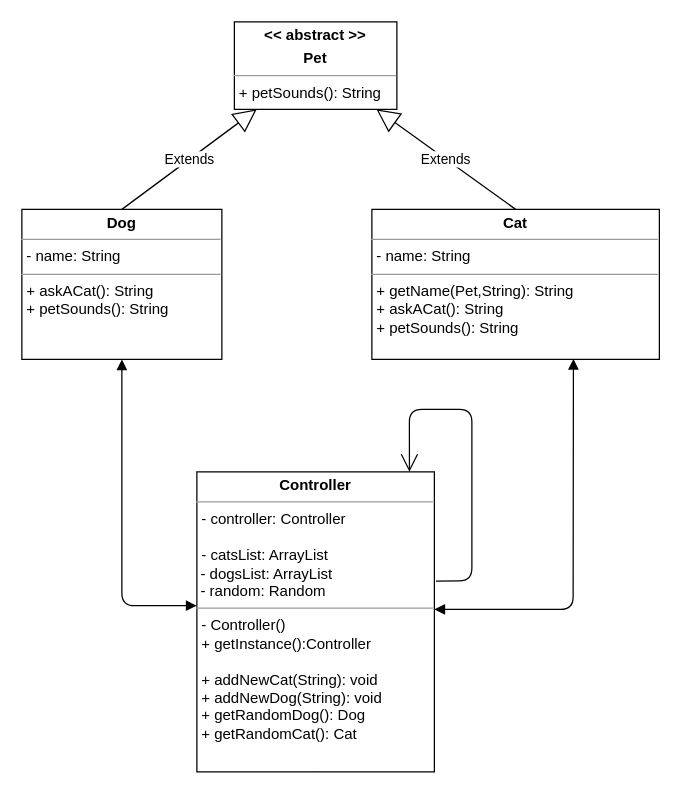
This is AskACat.drawio from 07-JAVA-XTRA/05b_Singleton_II, a draw.io file, before an edit. Source tidied: cells renumbered, new cells numbered last; positions are measured from the earlier drawing's top-left corner, leaving out a move shared by most shapes. Both pictures are drawn from the tidied source at 125%, with x=0, y=0 at pixel (21, 21).
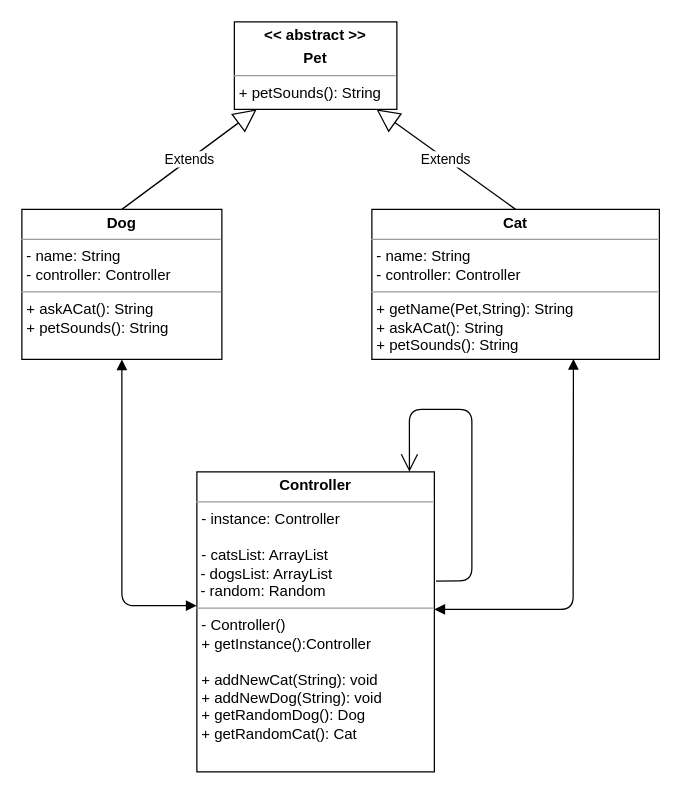
The same diagram, later.

Commit message (it also covers changes not shown here):
getRandomPet/askACat

What changed in the source:
```diff
@@
 <mxGraphModel>
   <root>
     <mxCell id="0" />
     <mxCell id="1" parent="0" />
-    <mxCell id="2" value="&lt;p style=&quot;margin: 0px ; margin-top: 4px ; text-align: center&quot;&gt;&lt;b&gt;Cat&lt;/b&gt;&lt;/p&gt;&lt;hr size=&quot;1&quot;&gt;&lt;p style=&quot;margin: 0px ; margin-left: 4px&quot;&gt;- name: String&lt;/p&gt;&lt;hr size=&quot;1&quot;&gt;&lt;p style=&quot;margin: 0px ; margin-left: 4px&quot;&gt;&lt;span&gt;+ getName(Pet,String): String&lt;/span&gt;&lt;br&gt;&lt;/p&gt;&lt;p style=&quot;margin: 0px ; margin-left: 4px&quot;&gt;+ askACat(): String&lt;br&gt;&lt;/p&gt;&lt;p style=&quot;margin: 0px ; margin-left: 4px&quot;&gt;+ petSounds(): String&lt;br&gt;&lt;/p&gt;" style="verticalAlign=top;align=left;overflow=fill;fontSize=12;fontFamily=Helvetica;html=1;" parent="1" vertex="1">
+    <mxCell id="2" value="&lt;p style=&quot;margin: 0px ; margin-top: 4px ; text-align: center&quot;&gt;&lt;b&gt;Cat&lt;/b&gt;&lt;/p&gt;&lt;hr size=&quot;1&quot;&gt;&lt;p style=&quot;margin: 0px ; margin-left: 4px&quot;&gt;- name: String&lt;/p&gt;&lt;p style=&quot;margin: 0px ; margin-left: 4px&quot;&gt;- controller: Controller&lt;br&gt;&lt;/p&gt;&lt;hr size=&quot;1&quot;&gt;&lt;p style=&quot;margin: 0px ; margin-left: 4px&quot;&gt;&lt;span&gt;+ getName(Pet,String): String&lt;/span&gt;&lt;br&gt;&lt;/p&gt;&lt;p style=&quot;margin: 0px ; margin-left: 4px&quot;&gt;+ askACat(): String&lt;br&gt;&lt;/p&gt;&lt;p style=&quot;margin: 0px ; margin-left: 4px&quot;&gt;+ petSounds(): String&lt;br&gt;&lt;/p&gt;" style="verticalAlign=top;align=left;overflow=fill;fontSize=12;fontFamily=Helvetica;html=1;" parent="1" vertex="1">
       <mxGeometry x="280" y="150" width="230" height="120" as="geometry" />
     </mxCell>
     <mxCell id="3" style="edgeStyle=none;html=1;exitX=0.5;exitY=1;exitDx=0;exitDy=0;" parent="1" edge="1" source="4">
       <mxGeometry relative="1" as="geometry">
         <mxPoint x="235" y="590" as="targetPoint" />
       </mxGeometry>
     </mxCell>
-    <mxCell id="4" value="&lt;p style=&quot;margin: 0px ; margin-top: 4px ; text-align: center&quot;&gt;&lt;b&gt;Controller&lt;/b&gt;&lt;br&gt;&lt;/p&gt;&lt;hr size=&quot;1&quot;&gt;&lt;p style=&quot;margin: 0px ; margin-left: 4px&quot;&gt;- controller: Controller&lt;/p&gt;&lt;p style=&quot;margin: 0px ; margin-left: 4px&quot;&gt;&lt;u&gt;&lt;br&gt;&lt;/u&gt;&lt;/p&gt;&lt;p style=&quot;margin: 0px ; margin-left: 4px&quot;&gt;- catsList: ArrayList&lt;/p&gt;&amp;nbsp;- dogsList: ArrayList&lt;br&gt;&amp;nbsp;- random: Random&lt;br&gt;&lt;hr size=&quot;1&quot;&gt;&lt;p style=&quot;margin: 0px ; margin-left: 4px&quot;&gt;- Controller()&lt;/p&gt;&lt;p style=&quot;margin: 0px ; margin-left: 4px&quot;&gt;+ getInstance():Controller&lt;/p&gt;&lt;p style=&quot;margin: 0px ; margin-left: 4px&quot;&gt;&lt;br&gt;&lt;/p&gt;&lt;p style=&quot;margin: 0px ; margin-left: 4px&quot;&gt;+ addNewCat(String): void&lt;/p&gt;&lt;p style=&quot;margin: 0px ; margin-left: 4px&quot;&gt;+ addNewDog(String): void&lt;br&gt;&lt;/p&gt;&lt;p style=&quot;margin: 0px ; margin-left: 4px&quot;&gt;+ getRandomDog(): Dog&lt;br&gt;&lt;/p&gt;&lt;p style=&quot;margin: 0px ; margin-left: 4px&quot;&gt;+ getRandomCat(): Cat&lt;/p&gt;&lt;p style=&quot;margin: 0px ; margin-left: 4px&quot;&gt;&lt;br&gt;&lt;/p&gt;" style="verticalAlign=top;align=left;overflow=fill;fontSize=12;fontFamily=Helvetica;html=1;" parent="1" vertex="1">
+    <mxCell id="4" value="&lt;p style=&quot;margin: 0px ; margin-top: 4px ; text-align: center&quot;&gt;&lt;b&gt;Controller&lt;/b&gt;&lt;br&gt;&lt;/p&gt;&lt;hr size=&quot;1&quot;&gt;&lt;p style=&quot;margin: 0px ; margin-left: 4px&quot;&gt;- instance: Controller&lt;/p&gt;&lt;p style=&quot;margin: 0px ; margin-left: 4px&quot;&gt;&lt;u&gt;&lt;br&gt;&lt;/u&gt;&lt;/p&gt;&lt;p style=&quot;margin: 0px ; margin-left: 4px&quot;&gt;- catsList: ArrayList&lt;/p&gt;&amp;nbsp;- dogsList: ArrayList&lt;br&gt;&amp;nbsp;- random: Random&lt;br&gt;&lt;hr size=&quot;1&quot;&gt;&lt;p style=&quot;margin: 0px ; margin-left: 4px&quot;&gt;- Controller()&lt;/p&gt;&lt;p style=&quot;margin: 0px ; margin-left: 4px&quot;&gt;+ getInstance():Controller&lt;/p&gt;&lt;p style=&quot;margin: 0px ; margin-left: 4px&quot;&gt;&lt;br&gt;&lt;/p&gt;&lt;p style=&quot;margin: 0px ; margin-left: 4px&quot;&gt;+ addNewCat(String): void&lt;/p&gt;&lt;p style=&quot;margin: 0px ; margin-left: 4px&quot;&gt;+ addNewDog(String): void&lt;br&gt;&lt;/p&gt;&lt;p style=&quot;margin: 0px ; margin-left: 4px&quot;&gt;+ getRandomDog(): Dog&lt;br&gt;&lt;/p&gt;&lt;p style=&quot;margin: 0px ; margin-left: 4px&quot;&gt;+ getRandomCat(): Cat&lt;/p&gt;&lt;p style=&quot;margin: 0px ; margin-left: 4px&quot;&gt;&lt;br&gt;&lt;/p&gt;" style="verticalAlign=top;align=left;overflow=fill;fontSize=12;fontFamily=Helvetica;html=1;" parent="1" vertex="1">
       <mxGeometry x="140" y="360" width="190" height="240" as="geometry" />
     </mxCell>
-    <mxCell id="5" value="&lt;p style=&quot;margin: 0px ; margin-top: 4px ; text-align: center&quot;&gt;&lt;b&gt;Dog&lt;/b&gt;&lt;/p&gt;&lt;hr size=&quot;1&quot;&gt;&lt;p style=&quot;margin: 0px ; margin-left: 4px&quot;&gt;- name: String&lt;/p&gt;&lt;hr size=&quot;1&quot;&gt;&lt;p style=&quot;margin: 0px ; margin-left: 4px&quot;&gt;&lt;span&gt;+ askACat(): String&lt;/span&gt;&lt;br&gt;&lt;/p&gt;&lt;p style=&quot;margin: 0px ; margin-left: 4px&quot;&gt;+ petSounds(): String&lt;/p&gt;" style="verticalAlign=top;align=left;overflow=fill;fontSize=12;fontFamily=Helvetica;html=1;" parent="1" vertex="1">
+    <mxCell id="5" value="&lt;p style=&quot;margin: 0px ; margin-top: 4px ; text-align: center&quot;&gt;&lt;b&gt;Dog&lt;/b&gt;&lt;/p&gt;&lt;hr size=&quot;1&quot;&gt;&lt;p style=&quot;margin: 0px ; margin-left: 4px&quot;&gt;- name: String&lt;/p&gt;&lt;p style=&quot;margin: 0px ; margin-left: 4px&quot;&gt;- controller: Controller&lt;/p&gt;&lt;hr size=&quot;1&quot;&gt;&lt;p style=&quot;margin: 0px ; margin-left: 4px&quot;&gt;&lt;span&gt;+ askACat(): String&lt;/span&gt;&lt;br&gt;&lt;/p&gt;&lt;p style=&quot;margin: 0px ; margin-left: 4px&quot;&gt;+ petSounds(): String&lt;/p&gt;" style="verticalAlign=top;align=left;overflow=fill;fontSize=12;fontFamily=Helvetica;html=1;" parent="1" vertex="1">
       <mxGeometry y="150" width="160" height="120" as="geometry" />
     </mxCell>
     <mxCell id="6" value="&lt;p style=&quot;margin: 0px ; margin-top: 4px ; text-align: center&quot;&gt;&lt;b&gt;&amp;lt;&amp;lt; abstract &amp;gt;&amp;gt;&lt;/b&gt;&lt;/p&gt;&lt;p style=&quot;margin: 0px ; margin-top: 4px ; text-align: center&quot;&gt;&lt;b&gt;Pet&lt;/b&gt;&lt;/p&gt;&lt;hr size=&quot;1&quot;&gt;&lt;p style=&quot;margin: 0px ; margin-left: 4px&quot;&gt;&lt;span&gt;+ petSounds(): String&lt;/span&gt;&lt;br&gt;&lt;/p&gt;" style="verticalAlign=top;align=left;overflow=fill;fontSize=12;fontFamily=Helvetica;html=1;" parent="1" vertex="1">
       <mxGeometry x="170" width="130" height="70" as="geometry" />
     </mxCell>
     <mxCell id="7" value="Extends" style="endArrow=block;endSize=16;endFill=0;html=1;exitX=0.5;exitY=0;exitDx=0;exitDy=0;" parent="1" edge="1" source="2" target="6">
       <mxGeometry relative="1" as="geometry" />
     </mxCell>
     <mxCell id="8" value="Extends" style="endArrow=block;endSize=16;endFill=0;html=1;exitX=0.5;exitY=0;exitDx=0;exitDy=0;" parent="1" edge="1" source="5" target="6">
       <mxGeometry relative="1" as="geometry" />
     </mxCell>
     <mxCell id="9" style="endArrow=open;endFill=1;endSize=12;html=1;exitX=1.007;exitY=0.364;exitDx=0;exitDy=0;exitPerimeter=0;entryX=0.895;entryY=0;entryDx=0;entryDy=0;entryPerimeter=0;" parent="1" edge="1" source="4" target="4">
       <mxGeometry relative="1" as="geometry">
         <Array as="points">
           <mxPoint x="360" y="447" />
           <mxPoint x="360" y="310" />
           <mxPoint x="310" y="310" />
         </Array>
       </mxGeometry>
     </mxCell>
     <mxCell id="10" style="endArrow=block;startArrow=block;endFill=1;startFill=1;html=1;entryX=0.5;entryY=1;entryDx=0;entryDy=0;exitX=-0.001;exitY=0.446;exitDx=0;exitDy=0;exitPerimeter=0;" parent="1" edge="1" source="4" target="5">
       <mxGeometry relative="1" as="geometry">
         <Array as="points">
           <mxPoint x="80" y="467" />
         </Array>
       </mxGeometry>
     </mxCell>
     <mxCell id="11" style="endArrow=block;startArrow=block;endFill=1;startFill=1;html=1;entryX=0.701;entryY=0.997;entryDx=0;entryDy=0;entryPerimeter=0;" parent="1" edge="1" target="2">
       <mxGeometry relative="1" as="geometry">
         <mxPoint x="330" y="470" as="sourcePoint" />
         <Array as="points">
           <mxPoint x="441" y="470" />
         </Array>
       </mxGeometry>
     </mxCell>
   </root>
 </mxGraphModel>
```
